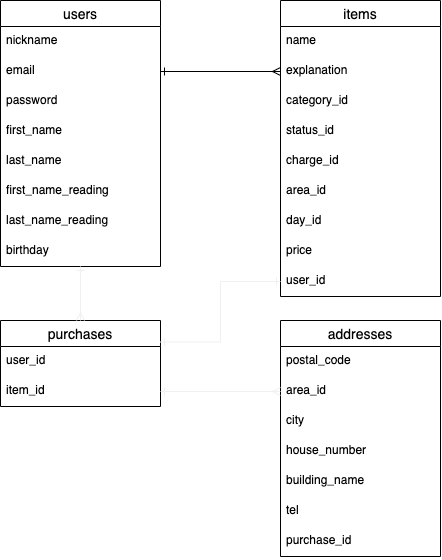
ma-sensei-web/furima-35541 keeps this draw.io diagram as config/furima35541.drawio.png. Above is the earlier version. Source tidied: cells renumbered, new cells last; positions are measured from the earlier drawing's top-left corner, leaving out a move shared by most shapes.
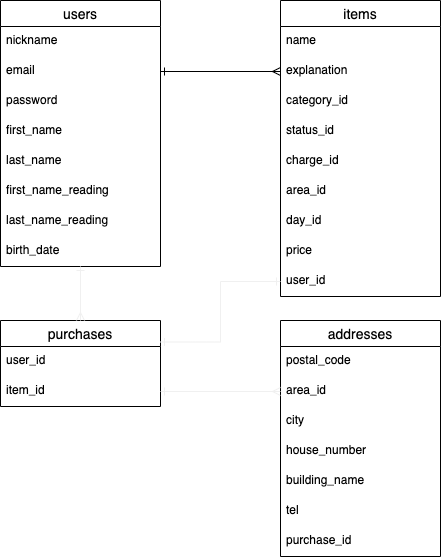
After the commit.

Commit message:
データベースの設計の修正3

The edit, as a diff of the source:
```diff
@@ -26,7 +26,7 @@
     <mxCell id="9" value="last_name_reading" style="text;strokeColor=none;fillColor=none;spacingLeft=4;spacingRight=4;overflow=hidden;fontSize=12;shadow=1;" parent="2" vertex="1">
       <mxGeometry y="206" width="160" height="30" as="geometry" />
     </mxCell>
-    <mxCell id="10" value="birthday" style="text;strokeColor=none;fillColor=none;spacingLeft=4;spacingRight=4;overflow=hidden;fontSize=12;shadow=1;" parent="2" vertex="1">
+    <mxCell id="10" value="birth_date" style="text;strokeColor=none;fillColor=none;spacingLeft=4;spacingRight=4;overflow=hidden;fontSize=12;shadow=1;" parent="2" vertex="1">
       <mxGeometry y="236" width="160" height="30" as="geometry" />
     </mxCell>
     <mxCell id="11" value="items" style="swimlane;fontStyle=0;horizontal=1;startSize=26;align=center;fontSize=14;shadow=0;" parent="1" vertex="1">
```
